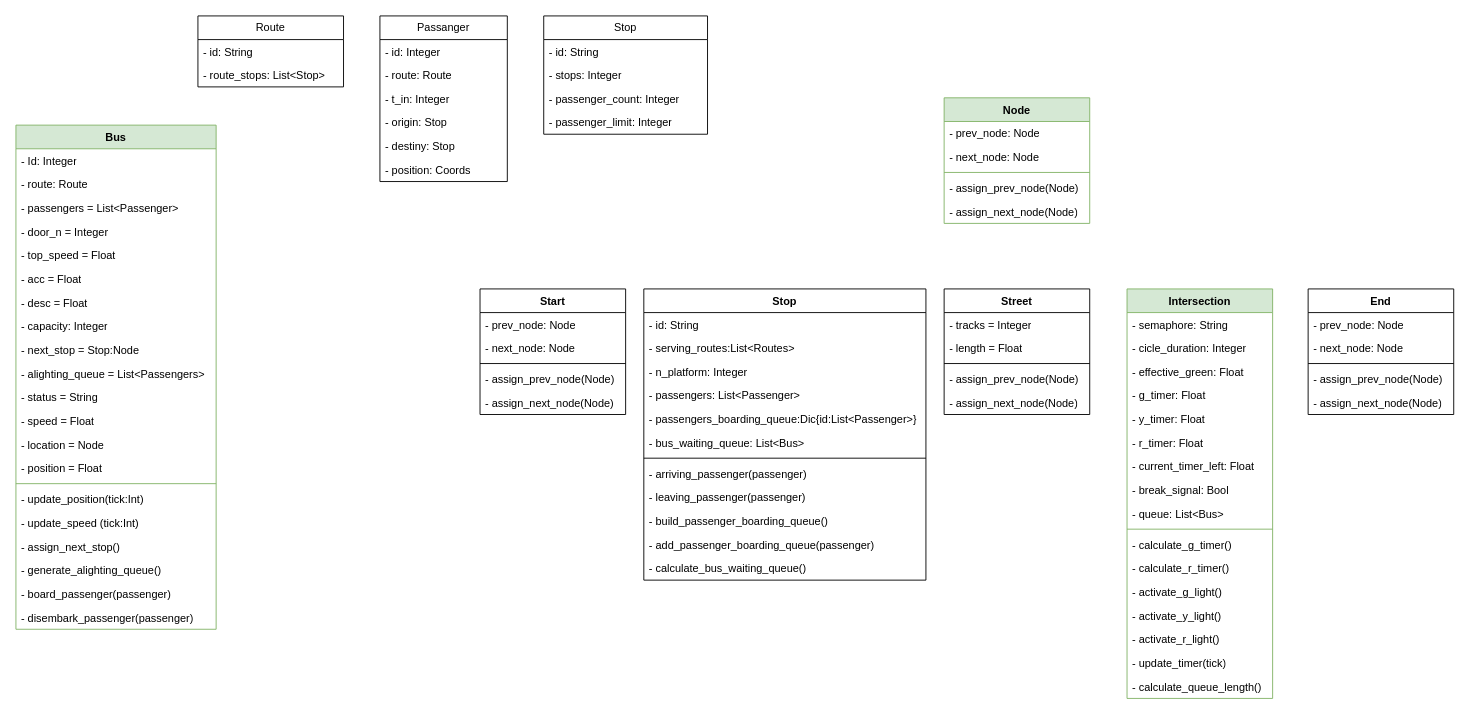
SebastianGonzalezRP/SimVex keeps this draw.io diagram as page "Class Diagram" (2 of 6) of Diagrams.drawio. Above is the earlier version. Source tidied: cells renumbered, new cells numbered last; positions are measured from the earlier drawing's top-left corner, leaving out a move shared by most shapes. Both pictures are drawn from the tidied source at 91%, with x=0, y=0 at pixel (15, 15).
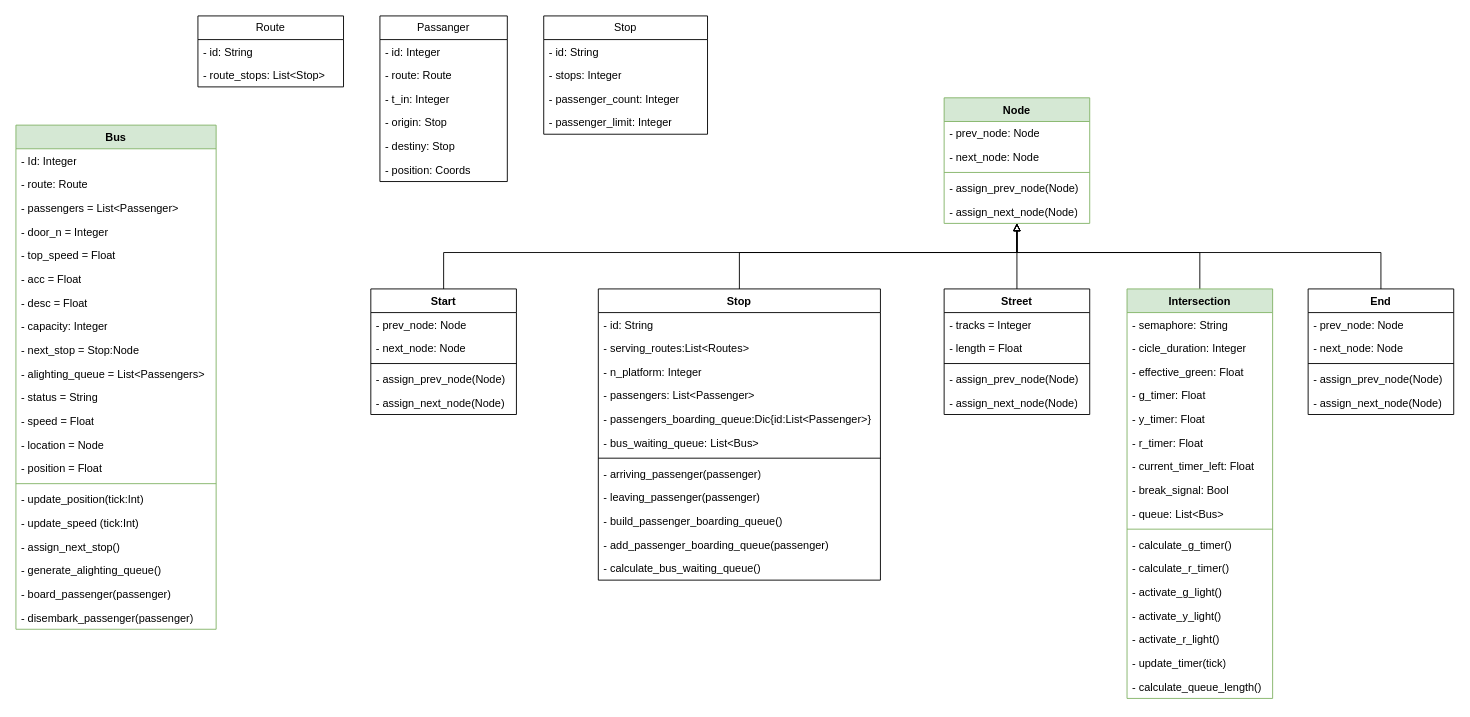
After the change.

The change refers to these unchanged cells:
```xml
<mxCell id="39" value="Node" style="swimlane;fontStyle=1;align=center;verticalAlign=top;horizontal=1;startSize=26;whiteSpace=wrap;html=1;fillColor=#d5e8d4;strokeColor=#82b366;" parent="1" vertex="1">
  <mxGeometry x="1020" y="90" width="160" height="138" as="geometry" />
</mxCell>
<mxCell id="45" value="Street" style="swimlane;fontStyle=1;align=center;verticalAlign=top;horizontal=1;startSize=26;whiteSpace=wrap;html=1;" parent="1" vertex="1">
  <mxGeometry x="1020" y="300" width="160" height="138" as="geometry" />
</mxCell>
<mxCell id="51" value="End" style="swimlane;fontStyle=1;align=center;verticalAlign=top;horizontal=1;startSize=26;whiteSpace=wrap;html=1;" parent="1" vertex="1">
  <mxGeometry x="1420" y="300" width="160" height="138" as="geometry" />
</mxCell>
<mxCell id="76" value="Intersection" style="swimlane;fontStyle=1;align=center;verticalAlign=top;horizontal=1;startSize=26;whiteSpace=wrap;html=1;fillColor=#d5e8d4;strokeColor=#82b366;" parent="1" vertex="1">
  <mxGeometry x="1221" y="300" width="160" height="450" as="geometry" />
</mxCell>
```

What changed in the source:
```diff
@@
+    <mxCell id="94" style="edgeStyle=orthogonalEdgeStyle;rounded=0;jettySize=auto;html=1;endArrow=block;endFill=0;" parent="1" edge="1" source="45" target="39">
+      <mxGeometry relative="1" as="geometry" />
+    </mxCell>
@@
+    <mxCell id="95" style="edgeStyle=orthogonalEdgeStyle;rounded=0;jettySize=auto;html=1;endArrow=block;endFill=0;" parent="1" edge="1" source="51" target="39">
+      <mxGeometry relative="1" as="geometry">
+        <Array as="points">
+          <mxPoint x="1500" y="260" />
+          <mxPoint x="1100" y="260" />
+        </Array>
+      </mxGeometry>
+    </mxCell>
@@
+    <mxCell id="96" style="edgeStyle=orthogonalEdgeStyle;rounded=0;jettySize=auto;html=1;endArrow=block;endFill=0;exitX=0.5;exitY=0;exitDx=0;exitDy=0;" parent="1" edge="1" source="57" target="39">
+      <mxGeometry relative="1" as="geometry">
+        <Array as="points">
+          <mxPoint x="470" y="260" />
+          <mxPoint x="1100" y="260" />
+        </Array>
+      </mxGeometry>
+    </mxCell>
     <mxCell id="57" value="Start" style="swimlane;fontStyle=1;align=center;verticalAlign=top;horizontal=1;startSize=26;whiteSpace=wrap;html=1;" parent="1" vertex="1">
-      <mxGeometry x="510" y="300" width="160" height="138" as="geometry" />
+      <mxGeometry x="390" y="300" width="160" height="138" as="geometry" />
     </mxCell>
@@
+    <mxCell id="97" style="edgeStyle=orthogonalEdgeStyle;rounded=0;jettySize=auto;html=1;endArrow=block;endFill=0;" parent="1" edge="1" source="63" target="39">
+      <mxGeometry relative="1" as="geometry">
+        <Array as="points">
+          <mxPoint x="795" y="260" />
+          <mxPoint x="1100" y="260" />
+        </Array>
+      </mxGeometry>
+    </mxCell>
     <mxCell id="63" value="Stop" style="swimlane;fontStyle=1;align=center;verticalAlign=top;horizontal=1;startSize=26;whiteSpace=wrap;html=1;" parent="1" vertex="1">
-      <mxGeometry x="690" y="300" width="310" height="320" as="geometry" />
+      <mxGeometry x="640" y="300" width="310" height="320" as="geometry" />
     </mxCell>
@@
+    <mxCell id="98" style="edgeStyle=orthogonalEdgeStyle;rounded=0;jettySize=auto;html=1;endArrow=block;endFill=0;" parent="1" edge="1" source="76" target="39">
+      <mxGeometry relative="1" as="geometry">
+        <Array as="points">
+          <mxPoint x="1301" y="260" />
+          <mxPoint x="1100" y="260" />
+        </Array>
+      </mxGeometry>
+    </mxCell>
```
